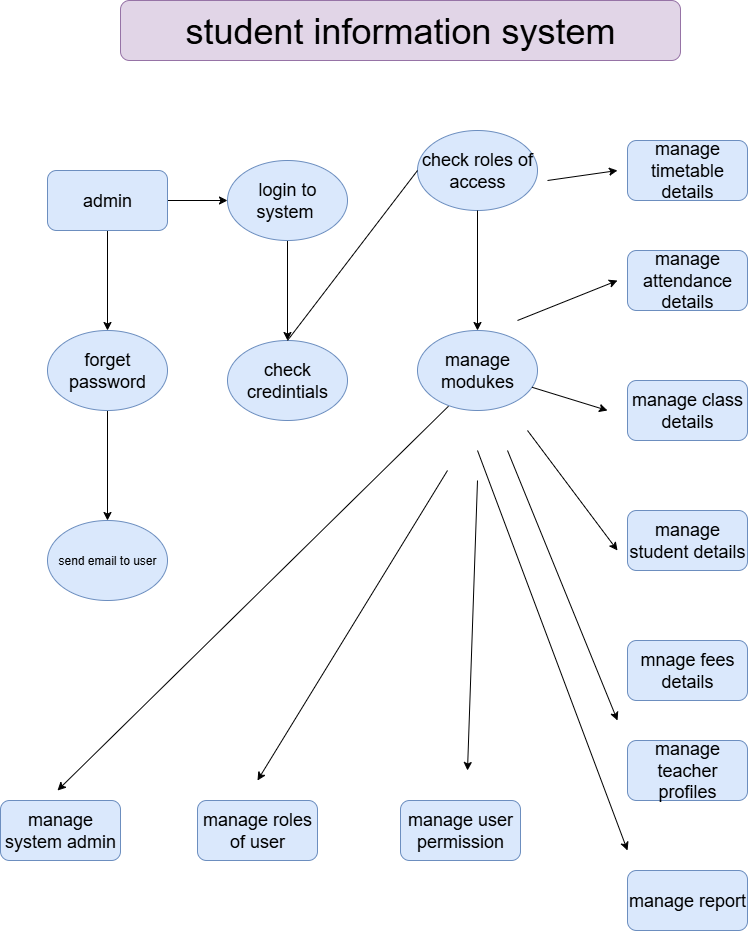
The draw.io diagram life cycle.drawio.png in Supriya71625/my-first-project, before a commit. Source tidied: cells renumbered, new cells last; positions are measured from the earlier drawing's top-left corner, leaving out a move shared by most shapes.
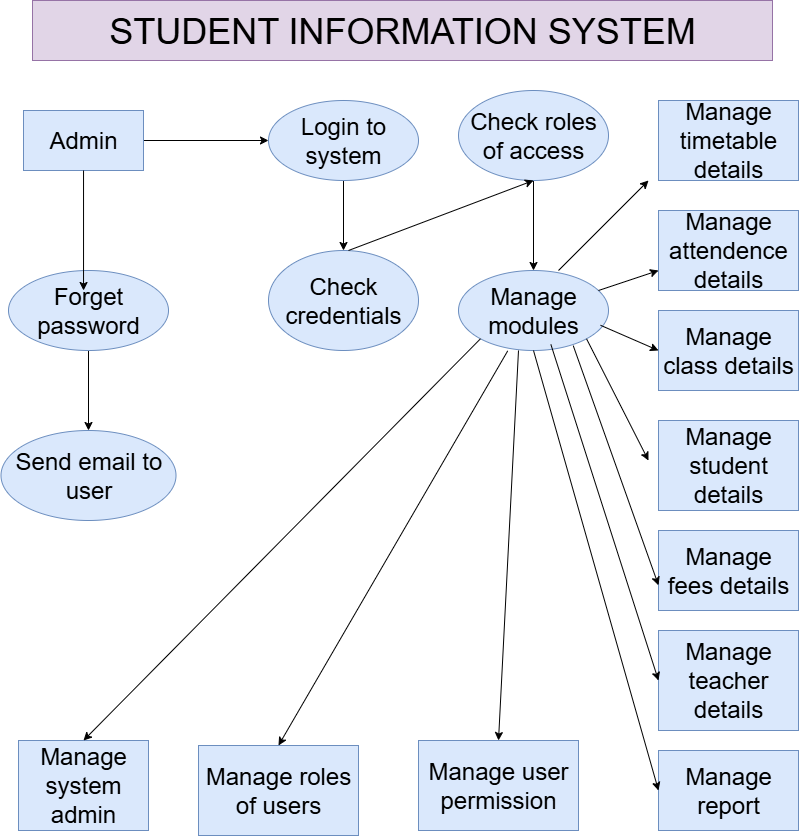
After the commit.

Change to the diagram source:
```diff
@@ -2,129 +2,122 @@
   <root>
     <mxCell id="0" />
     <mxCell id="1" parent="0" />
-    <mxCell id="2" value="&lt;font style=&quot;font-size: 36px;&quot;&gt;student information system&lt;/font&gt;" style="rounded=1;whiteSpace=wrap;html=1;labelBackgroundColor=none;fillColor=#e1d5e7;strokeColor=#9673a6;" parent="1" vertex="1">
-      <mxGeometry x="120" width="560" height="60" as="geometry" />
-    </mxCell>
-    <mxCell id="3" style="edgeStyle=orthogonalEdgeStyle;rounded=1;jettySize=auto;html=1;labelBackgroundColor=none;fontColor=default;" parent="1" edge="1" source="5" target="7">
-      <mxGeometry relative="1" as="geometry" />
-    </mxCell>
-    <mxCell id="4" style="edgeStyle=orthogonalEdgeStyle;rounded=1;jettySize=auto;html=1;labelBackgroundColor=none;fontColor=default;" parent="1" edge="1" source="5" target="11">
-      <mxGeometry relative="1" as="geometry" />
-    </mxCell>
-    <mxCell id="5" value="&lt;font style=&quot;font-size: 18px;&quot;&gt;admin&lt;/font&gt;" style="rounded=1;whiteSpace=wrap;html=1;labelBackgroundColor=none;fillColor=#dae8fc;strokeColor=#6c8ebf;" parent="1" vertex="1">
-      <mxGeometry x="47" y="170" width="120" height="60" as="geometry" />
-    </mxCell>
-    <mxCell id="6" style="edgeStyle=orthogonalEdgeStyle;rounded=1;jettySize=auto;html=1;labelBackgroundColor=none;fontColor=default;" parent="1" edge="1" source="7" target="12">
-      <mxGeometry relative="1" as="geometry" />
-    </mxCell>
-    <mxCell id="7" value="&lt;font style=&quot;font-size: 18px;&quot;&gt;login to system&amp;nbsp;&lt;/font&gt;" style="ellipse;whiteSpace=wrap;html=1;labelBackgroundColor=none;rounded=1;fillColor=#dae8fc;strokeColor=#6c8ebf;" parent="1" vertex="1">
-      <mxGeometry x="227" y="160" width="120" height="80" as="geometry" />
-    </mxCell>
-    <mxCell id="8" value="&lt;font style=&quot;font-size: 18px;&quot;&gt;manage modukes&lt;/font&gt;" style="ellipse;whiteSpace=wrap;html=1;labelBackgroundColor=none;rounded=1;fillColor=#dae8fc;strokeColor=#6c8ebf;" parent="1" vertex="1">
-      <mxGeometry x="417" y="330" width="120" height="80" as="geometry" />
-    </mxCell>
-    <mxCell id="9" value="send email to user" style="ellipse;whiteSpace=wrap;html=1;labelBackgroundColor=none;rounded=1;fillColor=#dae8fc;strokeColor=#6c8ebf;" parent="1" vertex="1">
-      <mxGeometry x="47" y="520" width="120" height="80" as="geometry" />
-    </mxCell>
-    <mxCell id="10" style="edgeStyle=orthogonalEdgeStyle;rounded=1;jettySize=auto;html=1;labelBackgroundColor=none;fontColor=default;" parent="1" edge="1" source="11" target="9">
-      <mxGeometry relative="1" as="geometry" />
-    </mxCell>
-    <mxCell id="11" value="&lt;font style=&quot;font-size: 18px;&quot;&gt;forget password&lt;/font&gt;" style="ellipse;whiteSpace=wrap;html=1;labelBackgroundColor=none;rounded=1;fillColor=#dae8fc;strokeColor=#6c8ebf;" parent="1" vertex="1">
-      <mxGeometry x="47" y="330" width="120" height="80" as="geometry" />
-    </mxCell>
-    <mxCell id="12" value="&lt;font style=&quot;font-size: 18px;&quot;&gt;check credintials&lt;/font&gt;" style="ellipse;whiteSpace=wrap;html=1;labelBackgroundColor=none;rounded=1;fillColor=#dae8fc;strokeColor=#6c8ebf;" parent="1" vertex="1">
-      <mxGeometry x="227" y="340" width="120" height="80" as="geometry" />
-    </mxCell>
-    <mxCell id="13" value="&lt;font style=&quot;font-size: 18px;&quot;&gt;check roles of access&lt;/font&gt;" style="ellipse;whiteSpace=wrap;html=1;labelBackgroundColor=none;rounded=1;fillColor=#dae8fc;strokeColor=#6c8ebf;" parent="1" vertex="1">
-      <mxGeometry x="417" y="130" width="120" height="80" as="geometry" />
-    </mxCell>
-    <mxCell id="14" value="&lt;font style=&quot;font-size: 18px;&quot;&gt;manage timetable details&lt;/font&gt;" style="rounded=1;whiteSpace=wrap;html=1;labelBackgroundColor=none;fillColor=#dae8fc;strokeColor=#6c8ebf;" parent="1" vertex="1">
-      <mxGeometry x="627" y="140" width="120" height="60" as="geometry" />
-    </mxCell>
-    <mxCell id="15" value="&lt;font style=&quot;font-size: 18px;&quot;&gt;manage attendance details&lt;/font&gt;" style="rounded=1;whiteSpace=wrap;html=1;labelBackgroundColor=none;fillColor=#dae8fc;strokeColor=#6c8ebf;" parent="1" vertex="1">
-      <mxGeometry x="627" y="250" width="120" height="60" as="geometry" />
-    </mxCell>
-    <mxCell id="16" value="&lt;font style=&quot;font-size: 18px;&quot;&gt;manage class details&lt;/font&gt;" style="rounded=1;whiteSpace=wrap;html=1;labelBackgroundColor=none;fillColor=#dae8fc;strokeColor=#6c8ebf;" parent="1" vertex="1">
-      <mxGeometry x="627" y="380" width="120" height="60" as="geometry" />
-    </mxCell>
-    <mxCell id="17" value="&lt;font style=&quot;font-size: 18px;&quot;&gt;manage student details&lt;/font&gt;" style="rounded=1;whiteSpace=wrap;html=1;labelBackgroundColor=none;fillColor=#dae8fc;strokeColor=#6c8ebf;" parent="1" vertex="1">
-      <mxGeometry x="627" y="510" width="120" height="60" as="geometry" />
-    </mxCell>
-    <mxCell id="18" value="&lt;font style=&quot;font-size: 18px;&quot;&gt;mnage fees details&lt;/font&gt;" style="rounded=1;whiteSpace=wrap;html=1;labelBackgroundColor=none;fillColor=#dae8fc;strokeColor=#6c8ebf;" parent="1" vertex="1">
-      <mxGeometry x="627" y="640" width="120" height="60" as="geometry" />
-    </mxCell>
-    <mxCell id="19" value="&lt;font style=&quot;font-size: 18px;&quot;&gt;manage teacher profiles&lt;/font&gt;" style="rounded=1;whiteSpace=wrap;html=1;labelBackgroundColor=none;fillColor=#dae8fc;strokeColor=#6c8ebf;" parent="1" vertex="1">
-      <mxGeometry x="627" y="740" width="120" height="60" as="geometry" />
-    </mxCell>
-    <mxCell id="20" value="&lt;font style=&quot;font-size: 18px;&quot;&gt;manage report&lt;/font&gt;" style="rounded=1;whiteSpace=wrap;html=1;labelBackgroundColor=none;fillColor=#dae8fc;strokeColor=#6c8ebf;" parent="1" vertex="1">
-      <mxGeometry x="627" y="870" width="120" height="60" as="geometry" />
-    </mxCell>
-    <mxCell id="21" value="&lt;font style=&quot;font-size: 18px;&quot;&gt;manage user permission&lt;/font&gt;" style="rounded=1;whiteSpace=wrap;html=1;labelBackgroundColor=none;fillColor=#dae8fc;strokeColor=#6c8ebf;" parent="1" vertex="1">
-      <mxGeometry x="400" y="800" width="120" height="60" as="geometry" />
-    </mxCell>
-    <mxCell id="22" value="&lt;font style=&quot;font-size: 18px;&quot;&gt;manage roles of user&lt;/font&gt;" style="rounded=1;whiteSpace=wrap;html=1;labelBackgroundColor=none;fillColor=#dae8fc;strokeColor=#6c8ebf;" parent="1" vertex="1">
-      <mxGeometry x="197" y="800" width="120" height="60" as="geometry" />
-    </mxCell>
-    <mxCell id="23" value="&lt;font style=&quot;font-size: 18px;&quot;&gt;manage system admin&lt;/font&gt;" style="rounded=1;whiteSpace=wrap;html=1;labelBackgroundColor=none;fillColor=#dae8fc;strokeColor=#6c8ebf;" parent="1" vertex="1">
-      <mxGeometry y="800" width="120" height="60" as="geometry" />
-    </mxCell>
-    <mxCell id="24" style="endArrow=none;html=1;rounded=1;exitX=0.5;exitY=0;exitDx=0;exitDy=0;entryX=0;entryY=0.5;entryDx=0;entryDy=0;labelBackgroundColor=none;fontColor=default;" parent="1" edge="1" source="12" target="13">
-      <mxGeometry relative="1" as="geometry" />
-    </mxCell>
-    <mxCell id="25" style="endArrow=classic;html=1;rounded=1;exitX=0.5;exitY=1;exitDx=0;exitDy=0;entryX=0.5;entryY=0;entryDx=0;entryDy=0;labelBackgroundColor=none;fontColor=default;" parent="1" edge="1" source="13" target="8">
-      <mxGeometry relative="1" as="geometry" />
-    </mxCell>
-    <mxCell id="26" style="endArrow=classic;html=1;rounded=1;exitX=0.258;exitY=0.947;exitDx=0;exitDy=0;exitPerimeter=0;labelBackgroundColor=none;fontColor=default;" parent="1" edge="1" source="8">
-      <mxGeometry relative="1" as="geometry">
-        <mxPoint x="57" y="790" as="targetPoint" />
-      </mxGeometry>
-    </mxCell>
-    <mxCell id="27" style="endArrow=classic;html=1;rounded=1;labelBackgroundColor=none;fontColor=default;" parent="1" edge="1">
-      <mxGeometry relative="1" as="geometry">
-        <mxPoint x="547" y="180" as="sourcePoint" />
-        <mxPoint x="617" y="170" as="targetPoint" />
-      </mxGeometry>
-    </mxCell>
-    <mxCell id="28" style="endArrow=classic;html=1;rounded=1;labelBackgroundColor=none;fontColor=default;" parent="1" edge="1">
-      <mxGeometry relative="1" as="geometry">
-        <mxPoint x="517" y="320" as="sourcePoint" />
-        <mxPoint x="617" y="280" as="targetPoint" />
-      </mxGeometry>
-    </mxCell>
-    <mxCell id="29" style="endArrow=classic;html=1;rounded=1;labelBackgroundColor=none;fontColor=default;" parent="1" edge="1" source="8">
-      <mxGeometry relative="1" as="geometry">
-        <mxPoint x="607" y="410" as="targetPoint" />
-      </mxGeometry>
-    </mxCell>
-    <mxCell id="30" style="endArrow=classic;html=1;rounded=1;labelBackgroundColor=none;fontColor=default;" parent="1" edge="1">
-      <mxGeometry relative="1" as="geometry">
-        <mxPoint x="527" y="430" as="sourcePoint" />
-        <mxPoint x="617" y="550" as="targetPoint" />
-      </mxGeometry>
-    </mxCell>
-    <mxCell id="31" style="endArrow=classic;html=1;rounded=1;labelBackgroundColor=none;fontColor=default;" parent="1" edge="1">
-      <mxGeometry relative="1" as="geometry">
-        <mxPoint x="507" y="450" as="sourcePoint" />
-        <mxPoint x="617" y="720" as="targetPoint" />
-      </mxGeometry>
-    </mxCell>
-    <mxCell id="32" style="endArrow=classic;html=1;rounded=1;labelBackgroundColor=none;fontColor=default;" parent="1" edge="1">
-      <mxGeometry relative="1" as="geometry">
-        <mxPoint x="477" y="450" as="sourcePoint" />
-        <mxPoint x="627" y="850" as="targetPoint" />
-      </mxGeometry>
-    </mxCell>
-    <mxCell id="33" style="endArrow=classic;html=1;rounded=1;labelBackgroundColor=none;fontColor=default;" parent="1" edge="1">
-      <mxGeometry relative="1" as="geometry">
-        <mxPoint x="477" y="480" as="sourcePoint" />
-        <mxPoint x="467" y="770" as="targetPoint" />
-      </mxGeometry>
-    </mxCell>
-    <mxCell id="34" style="endArrow=classic;html=1;rounded=1;labelBackgroundColor=none;fontColor=default;" parent="1" edge="1">
-      <mxGeometry relative="1" as="geometry">
-        <mxPoint x="447" y="470" as="sourcePoint" />
-        <mxPoint x="257" y="780" as="targetPoint" />
-      </mxGeometry>
-    </mxCell>
+    <mxCell id="35" value="&lt;font style=&quot;font-size: 36px;&quot;&gt;STUDENT INFORMATION SYSTEM&lt;/font&gt;" style="rounded=0;whiteSpace=wrap;html=1;fillColor=#e1d5e7;strokeColor=#9673a6;" parent="1" vertex="1">
+      <mxGeometry x="31" y="-60" width="740" height="60" as="geometry" />
+    </mxCell>
+    <mxCell id="36" style="edgeStyle=orthogonalEdgeStyle;rounded=0;jettySize=auto;html=1;entryX=0;entryY=0.5;entryDx=0;entryDy=0;" parent="1" edge="1" source="37" target="39">
+      <mxGeometry relative="1" as="geometry" />
+    </mxCell>
+    <mxCell id="37" value="&lt;font style=&quot;font-size: 24px;&quot;&gt;Admin&lt;/font&gt;" style="rounded=0;whiteSpace=wrap;html=1;fillColor=#dae8fc;strokeColor=#6c8ebf;" parent="1" vertex="1">
+      <mxGeometry x="22" y="50" width="120" height="60" as="geometry" />
+    </mxCell>
+    <mxCell id="38" style="edgeStyle=orthogonalEdgeStyle;rounded=0;jettySize=auto;html=1;" parent="1" edge="1" source="39" target="53">
+      <mxGeometry relative="1" as="geometry" />
+    </mxCell>
+    <mxCell id="39" value="&lt;font style=&quot;font-size: 24px;&quot;&gt;Login to system&lt;/font&gt;" style="ellipse;whiteSpace=wrap;html=1;fillColor=#dae8fc;strokeColor=#6c8ebf;" parent="1" vertex="1">
+      <mxGeometry x="267" y="40" width="150" height="80" as="geometry" />
+    </mxCell>
+    <mxCell id="40" style="edgeStyle=orthogonalEdgeStyle;rounded=0;orthogonalLoop=1;jettySize=auto;html=1;exitX=0.5;exitY=1;exitDx=0;exitDy=0;" parent="1" edge="1" source="39" target="39">
+      <mxGeometry relative="1" as="geometry" />
+    </mxCell>
+    <mxCell id="41" style="edgeStyle=orthogonalEdgeStyle;rounded=0;jettySize=auto;html=1;entryX=0.5;entryY=0;entryDx=0;entryDy=0;" parent="1" edge="1" source="42" target="52">
+      <mxGeometry relative="1" as="geometry" />
+    </mxCell>
+    <mxCell id="42" value="&lt;font style=&quot;font-size: 24px;&quot;&gt;Check roles of access&lt;/font&gt;" style="ellipse;whiteSpace=wrap;html=1;fillColor=#dae8fc;strokeColor=#6c8ebf;" parent="1" vertex="1">
+      <mxGeometry x="457" y="30" width="150" height="90" as="geometry" />
+    </mxCell>
+    <mxCell id="43" value="&lt;font style=&quot;font-size: 24px;&quot;&gt;Manage timetable details&lt;/font&gt;" style="rounded=0;whiteSpace=wrap;html=1;fillColor=#dae8fc;strokeColor=#6c8ebf;" parent="1" vertex="1">
+      <mxGeometry x="657" y="40" width="140" height="80" as="geometry" />
+    </mxCell>
+    <mxCell id="44" value="&lt;font style=&quot;font-size: 24px;&quot;&gt;Manage attendence details&lt;/font&gt;" style="rounded=0;whiteSpace=wrap;html=1;fillColor=#dae8fc;strokeColor=#6c8ebf;" parent="1" vertex="1">
+      <mxGeometry x="657" y="150" width="140" height="80" as="geometry" />
+    </mxCell>
+    <mxCell id="45" value="&lt;font style=&quot;font-size: 24px;&quot;&gt;Manage class details&lt;/font&gt;" style="rounded=0;whiteSpace=wrap;html=1;fillColor=#dae8fc;strokeColor=#6c8ebf;" parent="1" vertex="1">
+      <mxGeometry x="657" y="250" width="140" height="80" as="geometry" />
+    </mxCell>
+    <mxCell id="46" value="&lt;font style=&quot;font-size: 24px;&quot;&gt;Manage student details&lt;/font&gt;" style="rounded=0;whiteSpace=wrap;html=1;fillColor=#dae8fc;strokeColor=#6c8ebf;" parent="1" vertex="1">
+      <mxGeometry x="657" y="360" width="140" height="90" as="geometry" />
+    </mxCell>
+    <mxCell id="47" value="&lt;font style=&quot;font-size: 24px;&quot;&gt;Manage fees details&lt;/font&gt;" style="rounded=0;whiteSpace=wrap;html=1;fillColor=#dae8fc;strokeColor=#6c8ebf;" parent="1" vertex="1">
+      <mxGeometry x="657" y="470" width="140" height="80" as="geometry" />
+    </mxCell>
+    <mxCell id="48" value="&lt;font style=&quot;font-size: 24px;&quot;&gt;Manage teacher details&lt;/font&gt;" style="rounded=0;whiteSpace=wrap;html=1;fillColor=#dae8fc;strokeColor=#6c8ebf;" parent="1" vertex="1">
+      <mxGeometry x="657" y="570" width="140" height="100" as="geometry" />
+    </mxCell>
+    <mxCell id="49" value="&lt;font style=&quot;font-size: 24px;&quot;&gt;Manage report&lt;/font&gt;" style="rounded=0;whiteSpace=wrap;html=1;fillColor=#dae8fc;strokeColor=#6c8ebf;" parent="1" vertex="1">
+      <mxGeometry x="657" y="690" width="140" height="80" as="geometry" />
+    </mxCell>
+    <mxCell id="50" value="&lt;font style=&quot;font-size: 24px;&quot;&gt;Manage user permission&lt;/font&gt;" style="rounded=0;whiteSpace=wrap;html=1;fillColor=#dae8fc;strokeColor=#6c8ebf;" parent="1" vertex="1">
+      <mxGeometry x="417" y="680" width="160" height="90" as="geometry" />
+    </mxCell>
+    <mxCell id="51" value="&lt;font style=&quot;font-size: 24px;&quot;&gt;Manage roles of users&lt;/font&gt;" style="rounded=0;whiteSpace=wrap;html=1;fillColor=#dae8fc;strokeColor=#6c8ebf;" parent="1" vertex="1">
+      <mxGeometry x="197" y="685" width="160" height="90" as="geometry" />
+    </mxCell>
+    <mxCell id="52" value="&lt;font style=&quot;font-size: 24px;&quot;&gt;Manage modules&lt;/font&gt;" style="ellipse;whiteSpace=wrap;html=1;fillColor=#dae8fc;strokeColor=#6c8ebf;" parent="1" vertex="1">
+      <mxGeometry x="457" y="210" width="150" height="80" as="geometry" />
+    </mxCell>
+    <mxCell id="53" value="&lt;font style=&quot;font-size: 24px;&quot;&gt;Check credentials&lt;/font&gt;" style="ellipse;whiteSpace=wrap;html=1;fillColor=#dae8fc;strokeColor=#6c8ebf;" parent="1" vertex="1">
+      <mxGeometry x="267" y="190" width="150" height="100" as="geometry" />
+    </mxCell>
+    <mxCell id="54" style="edgeStyle=orthogonalEdgeStyle;rounded=0;jettySize=auto;html=1;entryX=0.5;entryY=0;entryDx=0;entryDy=0;" parent="1" edge="1" source="55" target="56">
+      <mxGeometry relative="1" as="geometry" />
+    </mxCell>
+    <mxCell id="55" value="&lt;font style=&quot;font-size: 24px;&quot;&gt;Forget password&lt;/font&gt;" style="ellipse;whiteSpace=wrap;html=1;fillColor=#dae8fc;strokeColor=#6c8ebf;" parent="1" vertex="1">
+      <mxGeometry x="7" y="210" width="160" height="80" as="geometry" />
+    </mxCell>
+    <mxCell id="56" value="&lt;font style=&quot;font-size: 24px;&quot;&gt;Send email to user&lt;/font&gt;" style="ellipse;whiteSpace=wrap;html=1;fillColor=#dae8fc;strokeColor=#6c8ebf;" parent="1" vertex="1">
+      <mxGeometry x="-0.5" y="370" width="175" height="90" as="geometry" />
+    </mxCell>
+    <mxCell id="57" value="&lt;font style=&quot;font-size: 24px;&quot;&gt;Manage system admin&lt;/font&gt;" style="rounded=0;whiteSpace=wrap;html=1;fillColor=#dae8fc;strokeColor=#6c8ebf;" parent="1" vertex="1">
+      <mxGeometry x="17" y="680" width="130" height="90" as="geometry" />
+    </mxCell>
+    <mxCell id="58" style="edgeStyle=orthogonalEdgeStyle;rounded=0;jettySize=auto;html=1;entryX=0.469;entryY=0.25;entryDx=0;entryDy=0;entryPerimeter=0;" parent="1" edge="1" source="37" target="55">
+      <mxGeometry relative="1" as="geometry" />
+    </mxCell>
+    <mxCell id="59" style="endArrow=classic;html=1;rounded=0;entryX=0.5;entryY=1;entryDx=0;entryDy=0;" parent="1" edge="1" target="42">
+      <mxGeometry relative="1" as="geometry">
+        <mxPoint x="347" y="190" as="sourcePoint" />
+      </mxGeometry>
+    </mxCell>
+    <mxCell id="60" style="endArrow=classic;html=1;rounded=0;" parent="1" edge="1">
+      <mxGeometry relative="1" as="geometry">
+        <mxPoint x="557" y="210" as="sourcePoint" />
+        <mxPoint x="647" y="120" as="targetPoint" />
+      </mxGeometry>
+    </mxCell>
+    <mxCell id="61" style="endArrow=classic;html=1;rounded=0;entryX=0;entryY=0.75;entryDx=0;entryDy=0;" parent="1" edge="1" target="44">
+      <mxGeometry relative="1" as="geometry">
+        <mxPoint x="597" y="230" as="sourcePoint" />
+      </mxGeometry>
+    </mxCell>
+    <mxCell id="62" style="endArrow=classic;html=1;rounded=0;entryX=0;entryY=0.5;entryDx=0;entryDy=0;exitX=0.947;exitY=0.685;exitDx=0;exitDy=0;exitPerimeter=0;" parent="1" edge="1" source="52" target="45">
+      <mxGeometry relative="1" as="geometry" />
+    </mxCell>
+    <mxCell id="63" style="endArrow=classic;html=1;rounded=0;exitX=1;exitY=1;exitDx=0;exitDy=0;" parent="1" edge="1" source="52">
+      <mxGeometry relative="1" as="geometry">
+        <mxPoint x="647" y="400" as="targetPoint" />
+      </mxGeometry>
+    </mxCell>
+    <mxCell id="64" style="endArrow=classic;html=1;rounded=0;entryX=0;entryY=0.75;entryDx=0;entryDy=0;exitX=0.765;exitY=1.005;exitDx=0;exitDy=0;exitPerimeter=0;" parent="1" edge="1">
+      <mxGeometry relative="1" as="geometry">
+        <mxPoint x="571.8" y="285.2" as="sourcePoint" />
+        <mxPoint x="657" y="524.8" as="targetPoint" />
+      </mxGeometry>
+    </mxCell>
+    <mxCell id="65" style="endArrow=classic;html=1;rounded=0;entryX=0;entryY=0.5;entryDx=0;entryDy=0;exitX=0.616;exitY=0.925;exitDx=0;exitDy=0;exitPerimeter=0;" parent="1" edge="1" source="52" target="48">
+      <mxGeometry relative="1" as="geometry" />
+    </mxCell>
+    <mxCell id="66" style="endArrow=classic;html=1;rounded=0;entryX=0;entryY=0.5;entryDx=0;entryDy=0;exitX=0.5;exitY=1;exitDx=0;exitDy=0;" parent="1" edge="1" source="52" target="49">
+      <mxGeometry relative="1" as="geometry" />
+    </mxCell>
+    <mxCell id="67" style="endArrow=classic;html=1;rounded=0;entryX=0.5;entryY=0;entryDx=0;entryDy=0;exitX=0.4;exitY=1;exitDx=0;exitDy=0;exitPerimeter=0;" parent="1" edge="1" source="52" target="50">
+      <mxGeometry relative="1" as="geometry" />
+    </mxCell>
+    <mxCell id="68" style="endArrow=classic;html=1;rounded=0;entryX=0.5;entryY=0;entryDx=0;entryDy=0;exitX=0.328;exitY=1.005;exitDx=0;exitDy=0;exitPerimeter=0;" parent="1" edge="1" source="52" target="51">
+      <mxGeometry relative="1" as="geometry" />
+    </mxCell>
+    <mxCell id="69" style="endArrow=classic;html=1;rounded=0;entryX=0.5;entryY=0;entryDx=0;entryDy=0;exitX=0;exitY=1;exitDx=0;exitDy=0;" parent="1" edge="1" source="52" target="57">
+      <mxGeometry relative="1" as="geometry" />
+    </mxCell>
   </root>
 </mxGraphModel>
```
